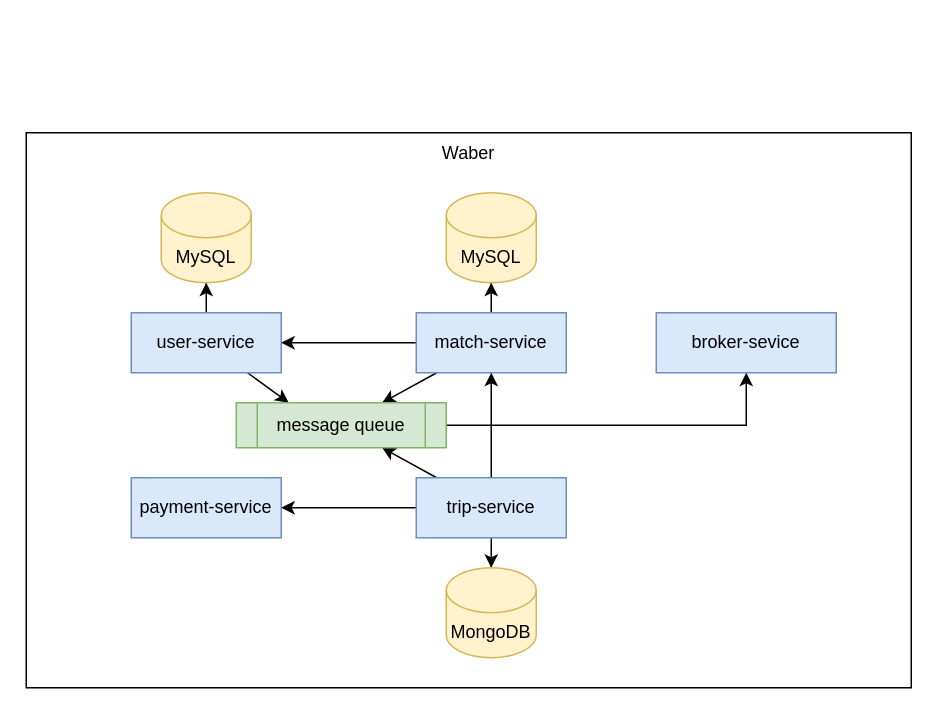
Earlier version of the draw.io diagram Waber.drawio (Johnny850807/Waber). Source tidied: cells renumbered, new cells numbered last; positions are measured from the earlier drawing's top-left corner, leaving out a move shared by most shapes. Both pictures are drawn from the tidied source at 150%, with x=0, y=0 at pixel (26, 132).
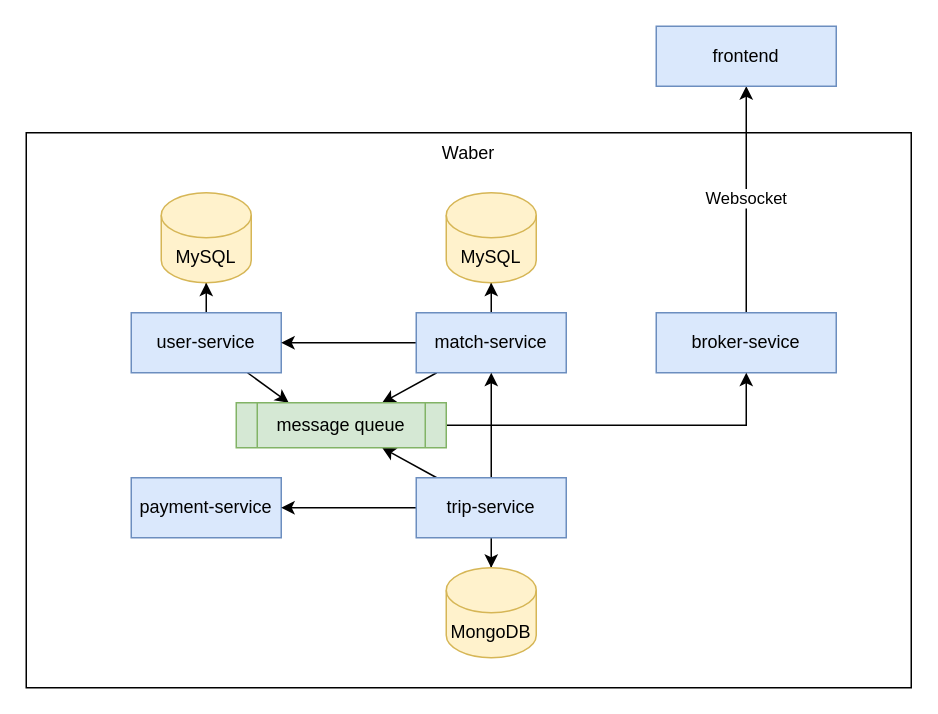
After the change.

Unchanged cells that the change refers to:
```xml
<mxCell id="19" value="broker-sevice" style="whiteSpace=wrap;html=1;fillColor=#dae8fc;strokeColor=#6c8ebf;" parent="1" vertex="1">
  <mxGeometry x="420" y="120" width="120" height="40" as="geometry" />
</mxCell>
```

Change to the diagram source:
```diff
@@
+    <mxCell id="22" value="Websocket" style="edgeStyle=orthogonalEdgeStyle;rounded=0;jettySize=auto;html=1;entryX=0.5;entryY=1;entryDx=0;entryDy=0;" parent="1" edge="1" source="19" target="23">
+      <mxGeometry relative="1" as="geometry" />
+    </mxCell>
@@
+    <mxCell id="23" value="frontend" style="whiteSpace=wrap;html=1;fillColor=#dae8fc;strokeColor=#6c8ebf;" parent="1" vertex="1">
+      <mxGeometry x="420" y="-71" width="120" height="40" as="geometry" />
+    </mxCell>
```
